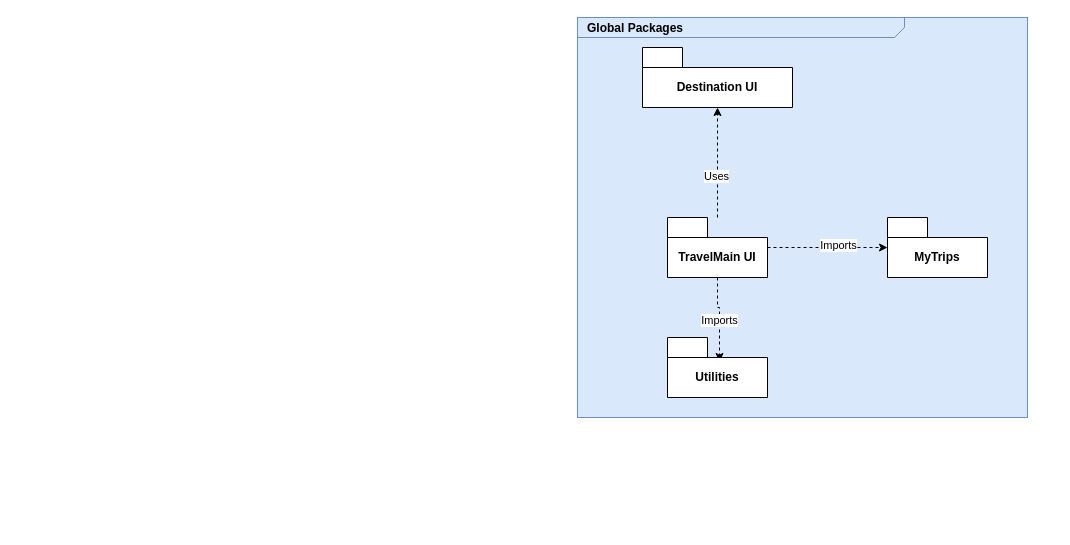
This is Travel.drawio from MurielleMardenli200/LOG8430_TP1, a draw.io file, before an edit. Source tidied: cells renumbered, new cells numbered last; positions are measured from the earlier drawing's top-left corner, leaving out a move shared by most shapes. Both pictures are drawn from the tidied source at 100%, with x=0, y=0 at pixel (577, 17).
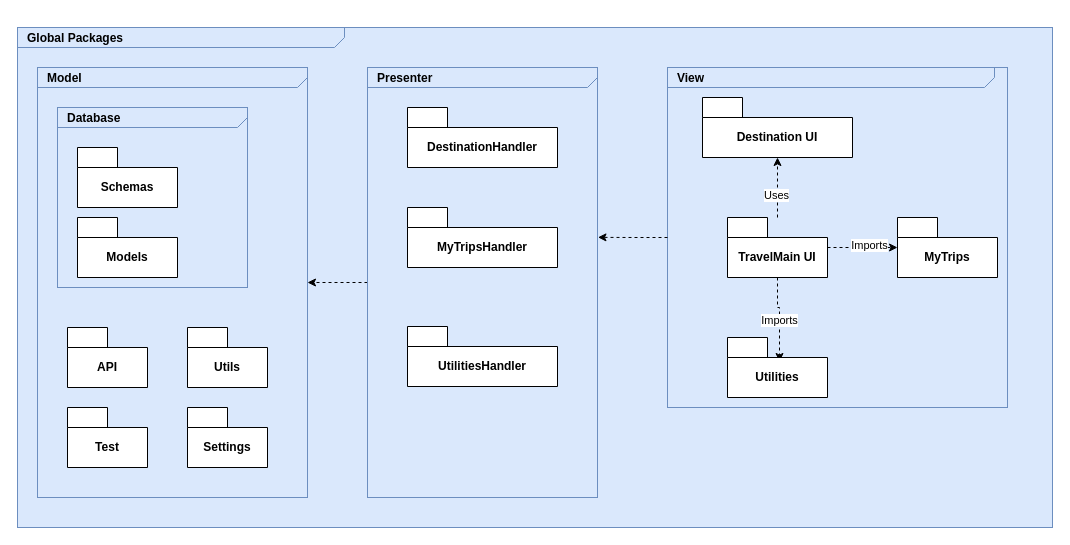
The same page after the edit.

The edit, as a diff of the source:
```diff
@@
     <mxCell id="2" value="&lt;p style=&quot;margin: 0px ; margin-top: 4px ; margin-left: 10px ; text-align: left&quot;&gt;&lt;b&gt;Global Packages&lt;/b&gt;&lt;/p&gt;" style="html=1;strokeWidth=1;shape=mxgraph.sysml.package;html=1;overflow=fill;whiteSpace=wrap;fillColor=#dae8fc;fontSize=12;align=center;labelX=327.64;strokeColor=#6c8ebf;" parent="1" vertex="1">
-      <mxGeometry width="450" height="400" as="geometry" />
+      <mxGeometry x="-560" y="10" width="1035" height="500" as="geometry" />
     </mxCell>
+    <mxCell id="13" value="&lt;p style=&quot;margin: 0px ; margin-top: 4px ; margin-left: 10px ; text-align: left&quot;&gt;&lt;b&gt;View&lt;/b&gt;&lt;/p&gt;" style="html=1;strokeWidth=1;shape=mxgraph.sysml.package;html=1;overflow=fill;whiteSpace=wrap;fillColor=#dae8fc;fontSize=12;align=center;labelX=327.64;strokeColor=#6c8ebf;" parent="1" vertex="1">
+      <mxGeometry x="90" y="50" width="340" height="340" as="geometry" />
+    </mxCell>
     <mxCell id="3" value="Destination UI" style="shape=folder;fontStyle=1;tabWidth=40;tabHeight=20;tabPosition=left;html=1;boundedLbl=1;whiteSpace=wrap;" parent="1" vertex="1">
-      <mxGeometry x="65" y="30" width="150" height="60" as="geometry" />
+      <mxGeometry x="125" y="80" width="150" height="60" as="geometry" />
     </mxCell>
@@
     <mxCell id="10" value="TravelMain UI" style="shape=folder;fontStyle=1;tabWidth=40;tabHeight=20;tabPosition=left;html=1;boundedLbl=1;whiteSpace=wrap;" parent="1" vertex="1">
-      <mxGeometry x="90" y="200" width="100" height="60" as="geometry" />
+      <mxGeometry x="150" y="200" width="100" height="60" as="geometry" />
     </mxCell>
     <mxCell id="11" value="MyTrips" style="shape=folder;fontStyle=1;tabWidth=40;tabHeight=20;tabPosition=left;html=1;boundedLbl=1;whiteSpace=wrap;" parent="1" vertex="1">
-      <mxGeometry x="310" y="200" width="100" height="60" as="geometry" />
+      <mxGeometry x="320" y="200" width="100" height="60" as="geometry" />
     </mxCell>
     <mxCell id="12" value="Utilities" style="shape=folder;fontStyle=1;tabWidth=40;tabHeight=20;tabPosition=left;html=1;boundedLbl=1;whiteSpace=wrap;" parent="1" vertex="1">
-      <mxGeometry x="90" y="320" width="100" height="60" as="geometry" />
+      <mxGeometry x="150" y="320" width="100" height="60" as="geometry" />
     </mxCell>
+    <mxCell id="14" value="&lt;p style=&quot;margin: 0px ; margin-top: 4px ; margin-left: 10px ; text-align: left&quot;&gt;&lt;b&gt;Model&lt;/b&gt;&lt;/p&gt;" style="html=1;strokeWidth=1;shape=mxgraph.sysml.package;html=1;overflow=fill;whiteSpace=wrap;fillColor=#dae8fc;fontSize=12;align=center;labelX=327.64;strokeColor=#6c8ebf;" parent="1" vertex="1">
+      <mxGeometry x="-540" y="50" width="270" height="430" as="geometry" />
+    </mxCell>
+    <mxCell id="15" value="Schemas" style="shape=folder;fontStyle=1;tabWidth=40;tabHeight=20;tabPosition=left;html=1;boundedLbl=1;whiteSpace=wrap;" parent="1" vertex="1">
+      <mxGeometry x="-500" y="130" width="100" height="60" as="geometry" />
+    </mxCell>
+    <mxCell id="16" value="Utils" style="shape=folder;fontStyle=1;tabWidth=40;tabHeight=20;tabPosition=left;html=1;boundedLbl=1;whiteSpace=wrap;" parent="1" vertex="1">
+      <mxGeometry x="-390" y="310" width="80" height="60" as="geometry" />
+    </mxCell>
+    <mxCell id="17" value="API" style="shape=folder;fontStyle=1;tabWidth=40;tabHeight=20;tabPosition=left;html=1;boundedLbl=1;whiteSpace=wrap;" parent="1" vertex="1">
+      <mxGeometry x="-510" y="310" width="80" height="60" as="geometry" />
+    </mxCell>
+    <mxCell id="18" value="Test" style="shape=folder;fontStyle=1;tabWidth=40;tabHeight=20;tabPosition=left;html=1;boundedLbl=1;whiteSpace=wrap;" parent="1" vertex="1">
+      <mxGeometry x="-510" y="390" width="80" height="60" as="geometry" />
+    </mxCell>
+    <mxCell id="19" value="&lt;p style=&quot;margin: 0px ; margin-top: 4px ; margin-left: 10px ; text-align: left&quot;&gt;&lt;b&gt;Database&lt;/b&gt;&lt;/p&gt;" style="html=1;strokeWidth=1;shape=mxgraph.sysml.package;html=1;overflow=fill;whiteSpace=wrap;fillColor=none;fontSize=12;align=center;labelX=327.64;strokeColor=#6c8ebf;" parent="1" vertex="1">
+      <mxGeometry x="-520" y="90" width="190" height="180" as="geometry" />
+    </mxCell>
+    <mxCell id="20" value="Settings" style="shape=folder;fontStyle=1;tabWidth=40;tabHeight=20;tabPosition=left;html=1;boundedLbl=1;whiteSpace=wrap;" parent="1" vertex="1">
+      <mxGeometry x="-390" y="390" width="80" height="60" as="geometry" />
+    </mxCell>
+    <mxCell id="21" value="Models" style="shape=folder;fontStyle=1;tabWidth=40;tabHeight=20;tabPosition=left;html=1;boundedLbl=1;whiteSpace=wrap;" parent="1" vertex="1">
+      <mxGeometry x="-500" y="200" width="100" height="60" as="geometry" />
+    </mxCell>
+    <mxCell id="22" style="edgeStyle=orthogonalEdgeStyle;shape=connector;rounded=0;jettySize=auto;html=1;dashed=1;strokeColor=default;align=center;verticalAlign=middle;fontFamily=Helvetica;fontSize=11;fontColor=default;labelBackgroundColor=default;endArrow=classic;" parent="1" edge="1" source="23" target="14">
+      <mxGeometry relative="1" as="geometry" />
+    </mxCell>
+    <mxCell id="23" value="&lt;p style=&quot;margin: 0px ; margin-top: 4px ; margin-left: 10px ; text-align: left&quot;&gt;&lt;b&gt;Presenter&lt;/b&gt;&lt;/p&gt;" style="html=1;strokeWidth=1;shape=mxgraph.sysml.package;html=1;overflow=fill;whiteSpace=wrap;fillColor=none;fontSize=12;align=center;labelX=327.64;strokeColor=#6c8ebf;" parent="1" vertex="1">
+      <mxGeometry x="-210" y="50" width="230" height="430" as="geometry" />
+    </mxCell>
+    <mxCell id="24" value="DestinationHandler" style="shape=folder;fontStyle=1;tabWidth=40;tabHeight=20;tabPosition=left;html=1;boundedLbl=1;whiteSpace=wrap;" parent="1" vertex="1">
+      <mxGeometry x="-170" y="90" width="150" height="60" as="geometry" />
+    </mxCell>
+    <mxCell id="25" value="MyTripsHandler" style="shape=folder;fontStyle=1;tabWidth=40;tabHeight=20;tabPosition=left;html=1;boundedLbl=1;whiteSpace=wrap;" parent="1" vertex="1">
+      <mxGeometry x="-170" y="190" width="150" height="60" as="geometry" />
+    </mxCell>
+    <mxCell id="26" value="UtilitiesHandler" style="shape=folder;fontStyle=1;tabWidth=40;tabHeight=20;tabPosition=left;html=1;boundedLbl=1;whiteSpace=wrap;" parent="1" vertex="1">
+      <mxGeometry x="-170" y="309" width="150" height="60" as="geometry" />
+    </mxCell>
+    <mxCell id="27" style="edgeStyle=orthogonalEdgeStyle;shape=connector;rounded=0;jettySize=auto;html=1;exitX=0;exitY=0.5;exitDx=0;exitDy=0;exitPerimeter=0;entryX=1.002;entryY=0.395;entryDx=0;entryDy=0;entryPerimeter=0;dashed=1;strokeColor=default;align=center;verticalAlign=middle;fontFamily=Helvetica;fontSize=11;fontColor=default;labelBackgroundColor=default;endArrow=classic;" parent="1" edge="1" source="13" target="23">
+      <mxGeometry relative="1" as="geometry" />
+    </mxCell>
```
